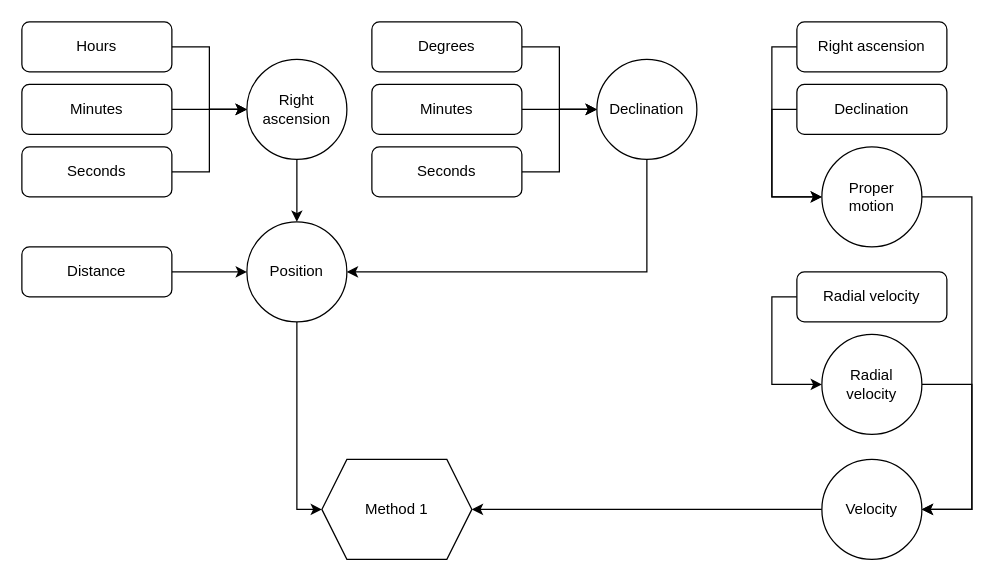
The draw.io diagram Untitled Diagram.drawio in AlbinSjoegren/SPV, before the edit. Source tidied: cells renumbered, new cells numbered last; positions are measured from the earlier drawing's top-left corner, leaving out a move shared by most shapes. Both pictures are drawn from the tidied source at 125%, with x=0, y=0 at pixel (21, 21).
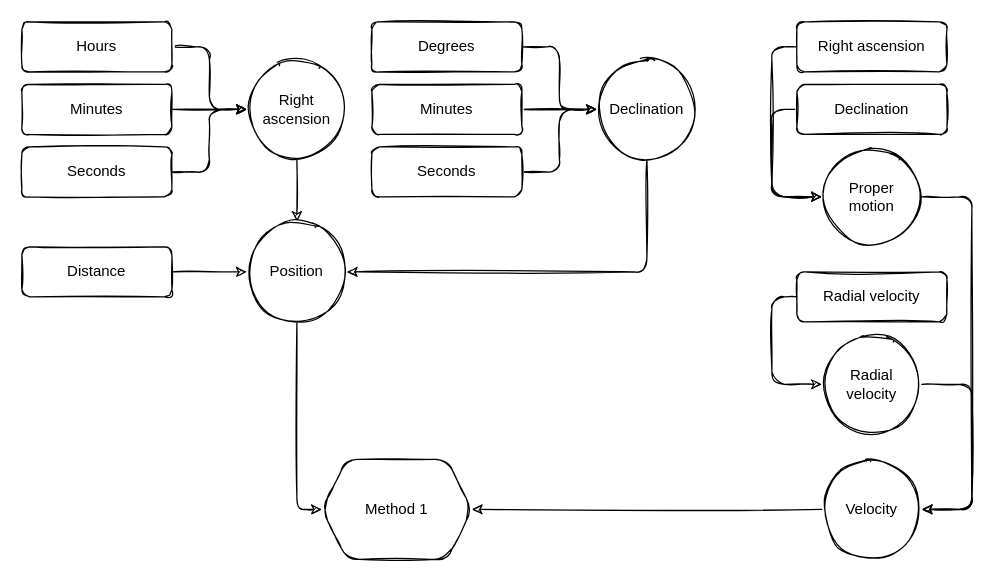
The same page after the edit.

Change to the diagram source:
```diff
@@
-    <mxCell id="2" style="edgeStyle=orthogonalEdgeStyle;rounded=0;jettySize=auto;html=1;entryX=0;entryY=0.5;entryDx=0;entryDy=0;" parent="1" edge="1" source="3" target="15">
+    <mxCell id="2" style="edgeStyle=orthogonalEdgeStyle;rounded=1;jettySize=auto;html=1;entryX=0;entryY=0.5;entryDx=0;entryDy=0;sketch=1;" parent="1" edge="1" source="3" target="15">
       <mxGeometry relative="1" as="geometry" />
     </mxCell>
-    <mxCell id="3" value="Hours" style="rounded=1;whiteSpace=wrap;html=1;" parent="1" vertex="1">
+    <mxCell id="3" value="Hours" style="rounded=1;whiteSpace=wrap;html=1;sketch=1;" parent="1" vertex="1">
       <mxGeometry width="120" height="40" as="geometry" />
     </mxCell>
-    <mxCell id="4" style="edgeStyle=orthogonalEdgeStyle;rounded=0;jettySize=auto;html=1;entryX=0;entryY=0.5;entryDx=0;entryDy=0;" parent="1" edge="1" source="5" target="15">
+    <mxCell id="4" style="edgeStyle=orthogonalEdgeStyle;rounded=1;jettySize=auto;html=1;entryX=0;entryY=0.5;entryDx=0;entryDy=0;sketch=1;" parent="1" edge="1" source="5" target="15">
       <mxGeometry relative="1" as="geometry" />
     </mxCell>
-    <mxCell id="5" value="Minutes" style="rounded=1;whiteSpace=wrap;html=1;" parent="1" vertex="1">
+    <mxCell id="5" value="Minutes" style="rounded=1;whiteSpace=wrap;html=1;sketch=1;" parent="1" vertex="1">
       <mxGeometry y="50" width="120" height="40" as="geometry" />
     </mxCell>
-    <mxCell id="6" style="edgeStyle=orthogonalEdgeStyle;rounded=0;jettySize=auto;html=1;entryX=0;entryY=0.5;entryDx=0;entryDy=0;" parent="1" edge="1" source="7" target="15">
+    <mxCell id="6" style="edgeStyle=orthogonalEdgeStyle;rounded=1;jettySize=auto;html=1;entryX=0;entryY=0.5;entryDx=0;entryDy=0;sketch=1;" parent="1" edge="1" source="7" target="15">
       <mxGeometry relative="1" as="geometry" />
     </mxCell>
-    <mxCell id="7" value="Seconds" style="rounded=1;whiteSpace=wrap;html=1;" parent="1" vertex="1">
+    <mxCell id="7" value="Seconds" style="rounded=1;whiteSpace=wrap;html=1;sketch=1;" parent="1" vertex="1">
       <mxGeometry y="100" width="120" height="40" as="geometry" />
     </mxCell>
-    <mxCell id="8" style="edgeStyle=orthogonalEdgeStyle;rounded=0;jettySize=auto;html=1;" parent="1" edge="1" source="9" target="17">
+    <mxCell id="8" style="edgeStyle=orthogonalEdgeStyle;rounded=1;jettySize=auto;html=1;sketch=1;" parent="1" edge="1" source="9" target="17">
       <mxGeometry relative="1" as="geometry" />
     </mxCell>
-    <mxCell id="9" value="Degrees" style="rounded=1;whiteSpace=wrap;html=1;" parent="1" vertex="1">
+    <mxCell id="9" value="Degrees" style="rounded=1;whiteSpace=wrap;html=1;sketch=1;" parent="1" vertex="1">
       <mxGeometry x="280" width="120" height="40" as="geometry" />
     </mxCell>
-    <mxCell id="10" style="edgeStyle=orthogonalEdgeStyle;rounded=0;jettySize=auto;html=1;" parent="1" edge="1" source="11" target="17">
+    <mxCell id="10" style="edgeStyle=orthogonalEdgeStyle;rounded=1;jettySize=auto;html=1;sketch=1;" parent="1" edge="1" source="11" target="17">
       <mxGeometry relative="1" as="geometry" />
     </mxCell>
-    <mxCell id="11" value="Minutes" style="rounded=1;whiteSpace=wrap;html=1;" parent="1" vertex="1">
+    <mxCell id="11" value="Minutes" style="rounded=1;whiteSpace=wrap;html=1;sketch=1;" parent="1" vertex="1">
       <mxGeometry x="280" y="50" width="120" height="40" as="geometry" />
     </mxCell>
-    <mxCell id="12" style="edgeStyle=orthogonalEdgeStyle;rounded=0;jettySize=auto;html=1;" parent="1" edge="1" source="13" target="17">
+    <mxCell id="12" style="edgeStyle=orthogonalEdgeStyle;rounded=1;jettySize=auto;html=1;sketch=1;" parent="1" edge="1" source="13" target="17">
       <mxGeometry relative="1" as="geometry" />
     </mxCell>
-    <mxCell id="13" value="Seconds" style="rounded=1;whiteSpace=wrap;html=1;" parent="1" vertex="1">
+    <mxCell id="13" value="Seconds" style="rounded=1;whiteSpace=wrap;html=1;sketch=1;" parent="1" vertex="1">
       <mxGeometry x="280" y="100" width="120" height="40" as="geometry" />
     </mxCell>
-    <mxCell id="14" style="edgeStyle=orthogonalEdgeStyle;rounded=0;jettySize=auto;html=1;entryX=0.5;entryY=0;entryDx=0;entryDy=0;" parent="1" edge="1" source="15" target="19">
+    <mxCell id="14" style="edgeStyle=orthogonalEdgeStyle;rounded=1;jettySize=auto;html=1;entryX=0.5;entryY=0;entryDx=0;entryDy=0;sketch=1;" parent="1" edge="1" source="15" target="19">
       <mxGeometry relative="1" as="geometry" />
     </mxCell>
-    <mxCell id="15" value="&lt;div&gt;Right&lt;/div&gt;&lt;div&gt;ascension&lt;/div&gt;" style="ellipse;whiteSpace=wrap;html=1;" parent="1" vertex="1">
+    <mxCell id="15" value="&lt;div&gt;Right&lt;/div&gt;&lt;div&gt;ascension&lt;/div&gt;" style="ellipse;whiteSpace=wrap;html=1;sketch=1;rounded=1;" parent="1" vertex="1">
       <mxGeometry x="180" y="30" width="80" height="80" as="geometry" />
     </mxCell>
-    <mxCell id="16" style="edgeStyle=orthogonalEdgeStyle;rounded=0;jettySize=auto;html=1;entryX=1;entryY=0.5;entryDx=0;entryDy=0;" parent="1" edge="1" source="17" target="19">
+    <mxCell id="16" style="edgeStyle=orthogonalEdgeStyle;rounded=1;jettySize=auto;html=1;entryX=1;entryY=0.5;entryDx=0;entryDy=0;sketch=1;" parent="1" edge="1" source="17" target="19">
       <mxGeometry relative="1" as="geometry">
         <Array as="points">
           <mxPoint x="500" y="200" />
         </Array>
       </mxGeometry>
     </mxCell>
-    <mxCell id="17" value="Declination" style="ellipse;whiteSpace=wrap;html=1;" parent="1" vertex="1">
+    <mxCell id="17" value="Declination" style="ellipse;whiteSpace=wrap;html=1;sketch=1;rounded=1;" parent="1" vertex="1">
       <mxGeometry x="460" y="30" width="80" height="80" as="geometry" />
     </mxCell>
-    <mxCell id="18" style="edgeStyle=orthogonalEdgeStyle;rounded=0;jettySize=auto;html=1;entryX=0;entryY=0.5;entryDx=0;entryDy=0;" parent="1" edge="1" source="19" target="34">
+    <mxCell id="18" style="edgeStyle=orthogonalEdgeStyle;rounded=1;jettySize=auto;html=1;entryX=0;entryY=0.5;entryDx=0;entryDy=0;sketch=1;" parent="1" edge="1" source="19" target="34">
       <mxGeometry relative="1" as="geometry" />
     </mxCell>
-    <mxCell id="19" value="Position" style="ellipse;whiteSpace=wrap;html=1;" parent="1" vertex="1">
+    <mxCell id="19" value="Position" style="ellipse;whiteSpace=wrap;html=1;sketch=1;rounded=1;" parent="1" vertex="1">
       <mxGeometry x="180" y="160" width="80" height="80" as="geometry" />
     </mxCell>
-    <mxCell id="20" style="edgeStyle=orthogonalEdgeStyle;rounded=0;jettySize=auto;html=1;" parent="1" edge="1" source="21" target="19">
+    <mxCell id="20" style="edgeStyle=orthogonalEdgeStyle;rounded=1;jettySize=auto;html=1;sketch=1;" parent="1" edge="1" source="21" target="19">
       <mxGeometry relative="1" as="geometry" />
     </mxCell>
-    <mxCell id="21" value="Distance" style="rounded=1;whiteSpace=wrap;html=1;" parent="1" vertex="1">
+    <mxCell id="21" value="Distance" style="rounded=1;whiteSpace=wrap;html=1;sketch=1;" parent="1" vertex="1">
       <mxGeometry y="180" width="120" height="40" as="geometry" />
     </mxCell>
-    <mxCell id="22" style="edgeStyle=orthogonalEdgeStyle;rounded=0;jettySize=auto;html=1;entryX=0;entryY=0.5;entryDx=0;entryDy=0;" parent="1" edge="1" source="23" target="25">
+    <mxCell id="22" style="edgeStyle=orthogonalEdgeStyle;rounded=1;jettySize=auto;html=1;entryX=0;entryY=0.5;entryDx=0;entryDy=0;sketch=1;" parent="1" edge="1" source="23" target="25">
       <mxGeometry relative="1" as="geometry">
         <Array as="points">
           <mxPoint x="600" y="20" />
           <mxPoint x="600" y="140" />
         </Array>
       </mxGeometry>
     </mxCell>
-    <mxCell id="23" value="Right ascension" style="rounded=1;whiteSpace=wrap;html=1;" parent="1" vertex="1">
+    <mxCell id="23" value="Right ascension" style="rounded=1;whiteSpace=wrap;html=1;sketch=1;" parent="1" vertex="1">
       <mxGeometry x="620" width="120" height="40" as="geometry" />
     </mxCell>
-    <mxCell id="24" style="edgeStyle=orthogonalEdgeStyle;rounded=0;jettySize=auto;html=1;entryX=1;entryY=0.5;entryDx=0;entryDy=0;" parent="1" edge="1" source="25" target="33">
+    <mxCell id="24" style="edgeStyle=orthogonalEdgeStyle;rounded=1;jettySize=auto;html=1;entryX=1;entryY=0.5;entryDx=0;entryDy=0;sketch=1;" parent="1" edge="1" source="25" target="33">
       <mxGeometry relative="1" as="geometry">
         <Array as="points">
           <mxPoint x="760" y="140" />
           <mxPoint x="760" y="390" />
         </Array>
       </mxGeometry>
     </mxCell>
-    <mxCell id="25" value="&lt;div&gt;Proper&lt;/div&gt;&lt;div&gt;motion&lt;/div&gt;" style="ellipse;whiteSpace=wrap;html=1;" parent="1" vertex="1">
+    <mxCell id="25" value="&lt;div&gt;Proper&lt;/div&gt;&lt;div&gt;motion&lt;/div&gt;" style="ellipse;whiteSpace=wrap;html=1;sketch=1;rounded=1;" parent="1" vertex="1">
       <mxGeometry x="640" y="100" width="80" height="80" as="geometry" />
     </mxCell>
-    <mxCell id="26" style="edgeStyle=orthogonalEdgeStyle;rounded=0;jettySize=auto;html=1;entryX=0;entryY=0.5;entryDx=0;entryDy=0;" parent="1" edge="1" source="27" target="25">
+    <mxCell id="26" style="edgeStyle=orthogonalEdgeStyle;rounded=1;jettySize=auto;html=1;entryX=0;entryY=0.5;entryDx=0;entryDy=0;sketch=1;" parent="1" edge="1" source="27" target="25">
       <mxGeometry relative="1" as="geometry">
         <Array as="points">
           <mxPoint x="600" y="70" />
           <mxPoint x="600" y="140" />
         </Array>
       </mxGeometry>
     </mxCell>
-    <mxCell id="27" value="Declination" style="rounded=1;whiteSpace=wrap;html=1;" parent="1" vertex="1">
+    <mxCell id="27" value="Declination" style="rounded=1;whiteSpace=wrap;html=1;sketch=1;" parent="1" vertex="1">
       <mxGeometry x="620" y="50" width="120" height="40" as="geometry" />
     </mxCell>
-    <mxCell id="28" style="edgeStyle=orthogonalEdgeStyle;rounded=0;jettySize=auto;html=1;entryX=1;entryY=0.5;entryDx=0;entryDy=0;" parent="1" edge="1" source="29" target="33">
+    <mxCell id="28" style="edgeStyle=orthogonalEdgeStyle;rounded=1;jettySize=auto;html=1;entryX=1;entryY=0.5;entryDx=0;entryDy=0;sketch=1;" parent="1" edge="1" source="29" target="33">
       <mxGeometry relative="1" as="geometry">
         <Array as="points">
           <mxPoint x="760" y="290" />
           <mxPoint x="760" y="390" />
         </Array>
       </mxGeometry>
     </mxCell>
-    <mxCell id="29" value="Radial&lt;br&gt;velocity" style="ellipse;whiteSpace=wrap;html=1;" parent="1" vertex="1">
+    <mxCell id="29" value="Radial&lt;br&gt;velocity" style="ellipse;whiteSpace=wrap;html=1;sketch=1;rounded=1;" parent="1" vertex="1">
       <mxGeometry x="640" y="250" width="80" height="80" as="geometry" />
     </mxCell>
-    <mxCell id="30" style="edgeStyle=orthogonalEdgeStyle;rounded=0;jettySize=auto;html=1;entryX=0;entryY=0.5;entryDx=0;entryDy=0;" parent="1" edge="1" source="31" target="29">
+    <mxCell id="30" style="edgeStyle=orthogonalEdgeStyle;rounded=1;jettySize=auto;html=1;entryX=0;entryY=0.5;entryDx=0;entryDy=0;sketch=1;" parent="1" edge="1" source="31" target="29">
       <mxGeometry relative="1" as="geometry">
         <Array as="points">
           <mxPoint x="600" y="220" />
           <mxPoint x="600" y="290" />
         </Array>
       </mxGeometry>
     </mxCell>
-    <mxCell id="31" value="Radial velocity" style="rounded=1;whiteSpace=wrap;html=1;" parent="1" vertex="1">
+    <mxCell id="31" value="Radial velocity" style="rounded=1;whiteSpace=wrap;html=1;sketch=1;" parent="1" vertex="1">
       <mxGeometry x="620" y="200" width="120" height="40" as="geometry" />
     </mxCell>
-    <mxCell id="32" style="edgeStyle=orthogonalEdgeStyle;rounded=0;jettySize=auto;html=1;entryX=1;entryY=0.5;entryDx=0;entryDy=0;" parent="1" edge="1" source="33" target="34">
+    <mxCell id="32" style="edgeStyle=orthogonalEdgeStyle;rounded=1;jettySize=auto;html=1;entryX=1;entryY=0.5;entryDx=0;entryDy=0;sketch=1;" parent="1" edge="1" source="33" target="34">
       <mxGeometry relative="1" as="geometry" />
     </mxCell>
-    <mxCell id="33" value="Velocity" style="ellipse;whiteSpace=wrap;html=1;" parent="1" vertex="1">
+    <mxCell id="33" value="Velocity" style="ellipse;whiteSpace=wrap;html=1;sketch=1;rounded=1;" parent="1" vertex="1">
       <mxGeometry x="640" y="350" width="80" height="80" as="geometry" />
     </mxCell>
-    <mxCell id="34" value="Method 1" style="shape=hexagon;perimeter=hexagonPerimeter2;whiteSpace=wrap;html=1;fixedSize=1;" parent="1" vertex="1">
+    <mxCell id="34" value="Method 1" style="shape=hexagon;perimeter=hexagonPerimeter2;whiteSpace=wrap;html=1;fixedSize=1;sketch=1;rounded=1;" parent="1" vertex="1">
       <mxGeometry x="240" y="350" width="120" height="80" as="geometry" />
     </mxCell>
```
